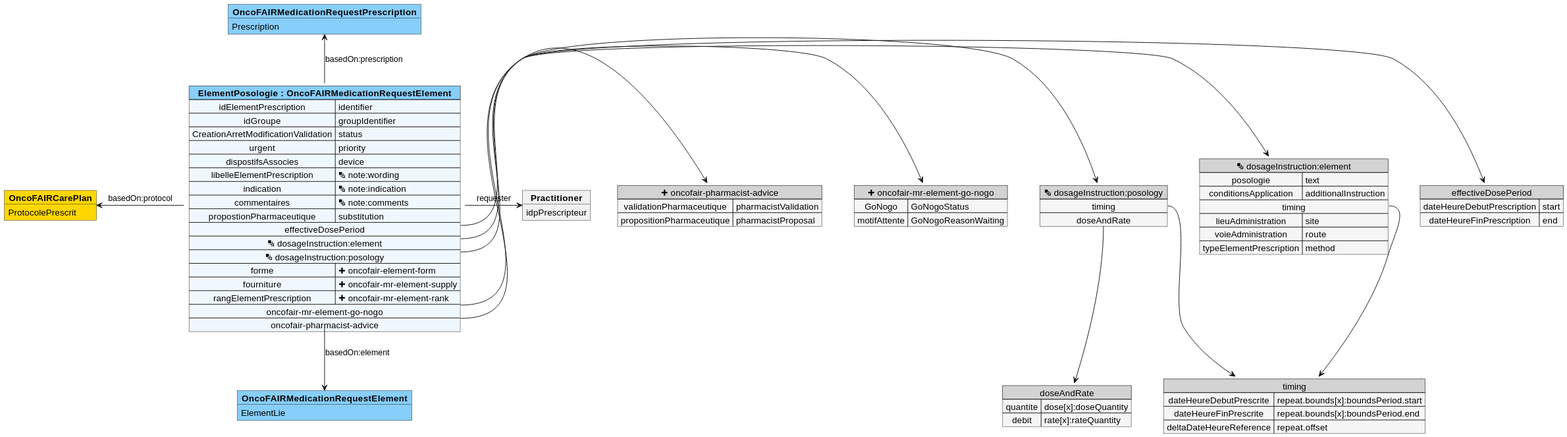
Above: out/input/images-source/OncoFAIRMedicationRequestElement/OncoFAIRMedicationRequestElement.svg in ONCOFAIR/FHIR-ImplementationGuide-Article (PlantUML), before the change.
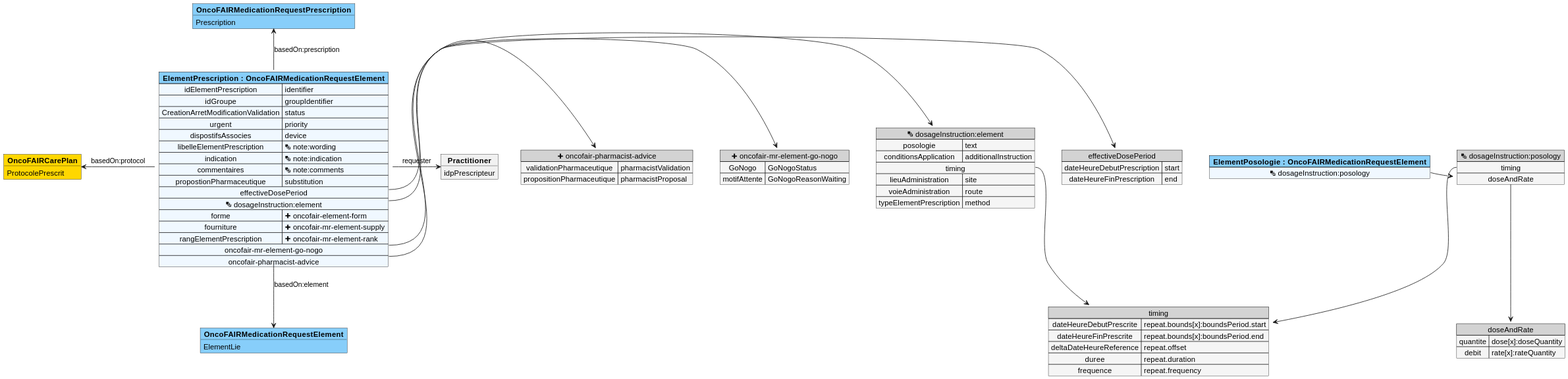
Above is the later version.

Diff of the diagram source:
```diff
@@ -6,11 +6,9 @@
     dateHeureDebutPrescrite => repeat.bounds[x]:boundsPeriod.start
     dateHeureFinPrescrite => repeat.bounds[x]:boundsPeriod.end
     deltaDateHeureReference => repeat.offset
-}
+    duree => repeat.duration
+    frequence => repeat.frequency
 
-map "doseAndRate" as doseAndRate #back:WhiteSmoke;header:LightGray {
-    quantite => dose[x]:doseQuantity
-    debit => rate[x]:rateQuantity
 }
 
 map "effectiveDosePeriod" as effectiveDosePeriod #back:WhiteSmoke;header:LightGray {
@@ -25,11 +23,6 @@
     lieuAdministration => site
     voieAdministration => route
     typeElementPrescription => method
-}
-
-map "<&layers> dosageInstruction:posology" as dosageInstructionposology #back:WhiteSmoke;header:LightGray {
-    timing *--> timing
-    doseAndRate *--> doseAndRate
 }
 
 object "**OncoFAIRMedicationRequestPrescription**" as OncoFAIRMedicationRequestPrescription #LightSkyBlue {
@@ -58,7 +51,7 @@
     propositionPharmaceutique => pharmacistProposal
 }
 
-map "**ElementPosologie : OncoFAIRMedicationRequestElement**" as ElementPosologie #back:AliceBlue;header:LightSkyBlue {
+map "**ElementPrescription : OncoFAIRMedicationRequestElement**" as ElementPrescription #back:AliceBlue;header:LightSkyBlue {
     idElementPrescription => identifier
     idGroupe => groupIdentifier
     CreationArretModificationValidation => status
@@ -70,7 +63,6 @@
     propostionPharmaceutique => substitution
     effectiveDosePeriod *-> effectiveDosePeriod
     <&layers> dosageInstruction:element *-> dosageInstructionelement
-    <&layers> dosageInstruction:posology *-> dosageInstructionposology
     forme => <&plus> oncofair-element-form
     fourniture => <&plus> oncofair-mr-element-supply
     rangElementPrescription => <&plus> oncofair-mr-element-rank
@@ -78,9 +70,24 @@
     oncofair-pharmacist-advice *-> oncofairpharmacistadvice
 }
 
-ElementPosologie -u-> OncoFAIRMedicationRequestPrescription : basedOn:prescription
-ElementPosologie -d-> OncoFAIRMedicationRequestElement : basedOn:element
-ElementPosologie -l-> OncoFAIRCarePlan : basedOn:protocol
-ElementPosologie -r-> Practitioner : requester
+map "doseAndRate" as doseAndRate #back:WhiteSmoke;header:LightGray {
+    quantite => dose[x]:doseQuantity
+    debit => rate[x]:rateQuantity
+}
+
+map "<&layers> dosageInstruction:posology" as dosageInstructionposology #back:WhiteSmoke;header:LightGray {
+    timing *--> timing
+    doseAndRate *--> doseAndRate
+}
+
+map "**ElementPosologie : OncoFAIRMedicationRequestElement**" as ElementPosologie #back:AliceBlue;header:LightSkyBlue {
+    <&layers> dosageInstruction:posology *-> dosageInstructionposology
+
+}
+
+ElementPrescription -u-> OncoFAIRMedicationRequestPrescription : basedOn:prescription
+ElementPrescription -d-> OncoFAIRMedicationRequestElement : basedOn:element
+ElementPrescription -l-> OncoFAIRCarePlan : basedOn:protocol
+ElementPrescription -r-> Practitioner : requester
 
 @enduml
```
